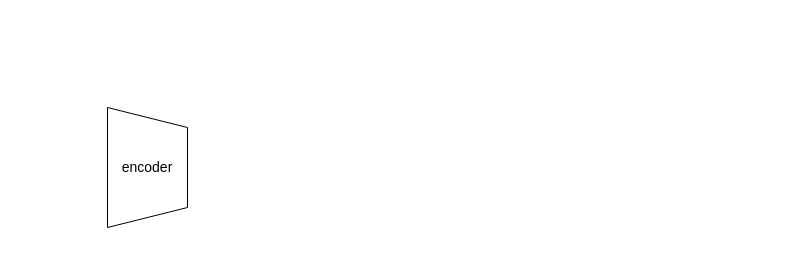
Earlier version of the draw.io diagram v1304.drawio (moreMizzh/drawio). Source tidied: cells renumbered, new cells numbered last; positions are measured from the earlier drawing's top-left corner, leaving out a move shared by most shapes. Both pictures are drawn from the tidied source at 100%, with x=0, y=0 at pixel (87, 107).
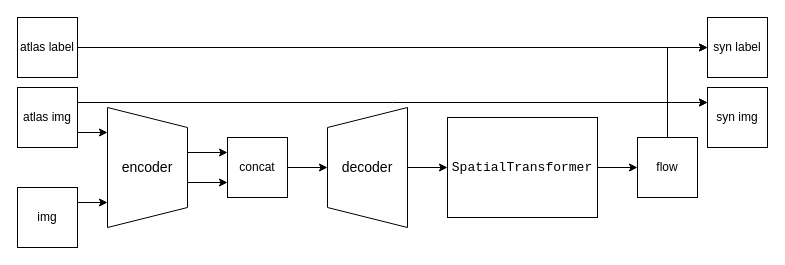
The same diagram, later.

Unchanged cells that the change refers to:
```xml
<mxCell id="2" style="group;" parent="1" vertex="1">
  <mxGeometry x="20" width="80" height="120" as="geometry" />
</mxCell>
```

What changed in the source:
```diff
@@
     <mxCell id="4" value="&lt;font style=&quot;font-size: 14px;&quot;&gt;encoder&lt;/font&gt;" style="text;html=1;whiteSpace=wrap;strokeColor=none;fillColor=none;align=center;verticalAlign=middle;rounded=0;" parent="2" vertex="1">
-      <mxGeometry y="40" width="80" height="40" as="geometry" />
+      <mxGeometry y="30" width="80" height="60" as="geometry" />
     </mxCell>
+    <mxCell id="5" style="group;" parent="1" vertex="1">
+      <mxGeometry x="240" width="80" height="120" as="geometry" />
+    </mxCell>
+    <mxCell id="6" style="shape=trapezoid;perimeter=trapezoidPerimeter;whiteSpace=wrap;html=1;fixedSize=1;rotation=-90;" parent="5" vertex="1">
+      <mxGeometry x="-20" y="20" width="120" height="80" as="geometry" />
+    </mxCell>
+    <mxCell id="7" value="&lt;font style=&quot;font-size: 14px;&quot;&gt;decoder&lt;/font&gt;" style="text;html=1;whiteSpace=wrap;strokeColor=none;fillColor=none;align=center;verticalAlign=middle;rounded=0;" parent="5" vertex="1">
+      <mxGeometry y="30" width="80" height="60" as="geometry" />
+    </mxCell>
+    <mxCell id="8" style="group;" parent="1" vertex="1">
+      <mxGeometry x="360" y="10" width="150" height="100" as="geometry" />
+    </mxCell>
+    <mxCell id="9" style="whiteSpace=wrap;html=1;" parent="8" vertex="1">
+      <mxGeometry width="150" height="100" as="geometry" />
+    </mxCell>
+    <mxCell id="10" value="&lt;div style=&quot;font-family: &amp;quot;JetBrains Mono&amp;quot;, Consolas, &amp;quot;Courier New&amp;quot;, monospace; font-size: 13px; line-height: 22px; white-space: pre;&quot;&gt;&lt;span style=&quot;background-color: rgb(255, 255, 255);&quot;&gt;&lt;font style=&quot;color: rgb(0, 0, 0);&quot;&gt;SpatialTransformer&lt;/font&gt;&lt;/span&gt;&lt;/div&gt;" style="text;html=1;whiteSpace=wrap;strokeColor=none;fillColor=none;align=center;verticalAlign=middle;rounded=0;" parent="8" vertex="1">
+      <mxGeometry y="30" width="150" height="40" as="geometry" />
+    </mxCell>
+    <mxCell id="11" style="edgeStyle=orthogonalEdgeStyle;rounded=0;jettySize=auto;html=1;exitX=0.5;exitY=0;exitDx=0;exitDy=0;entryX=0;entryY=0.25;entryDx=0;entryDy=0;" parent="1" edge="1" source="13" target="27">
+      <mxGeometry relative="1" as="geometry" />
+    </mxCell>
+    <mxCell id="12" style="edgeStyle=orthogonalEdgeStyle;rounded=0;jettySize=auto;html=1;exitX=0.5;exitY=0;exitDx=0;exitDy=0;entryX=0;entryY=0.5;entryDx=0;entryDy=0;" parent="1" edge="1" source="13" target="28">
+      <mxGeometry relative="1" as="geometry" />
+    </mxCell>
+    <mxCell id="13" value="flow" style="whiteSpace=wrap;html=1;" parent="1" vertex="1">
+      <mxGeometry x="550" y="30" width="60" height="60" as="geometry" />
+    </mxCell>
+    <mxCell id="14" style="edgeStyle=orthogonalEdgeStyle;rounded=0;jettySize=auto;html=1;exitX=1;exitY=0.25;exitDx=0;exitDy=0;" parent="1" edge="1" source="15">
+      <mxGeometry relative="1" as="geometry">
+        <mxPoint x="20" y="95" as="targetPoint" />
+      </mxGeometry>
+    </mxCell>
+    <mxCell id="15" value="img" style="whiteSpace=wrap;html=1;" parent="1" vertex="1">
+      <mxGeometry x="-70" y="80" width="60" height="60" as="geometry" />
+    </mxCell>
+    <mxCell id="16" style="edgeStyle=orthogonalEdgeStyle;rounded=0;jettySize=auto;html=1;exitX=1;exitY=0.75;exitDx=0;exitDy=0;" parent="1" edge="1" source="18">
+      <mxGeometry relative="1" as="geometry">
+        <mxPoint x="20" y="25.3" as="targetPoint" />
+      </mxGeometry>
+    </mxCell>
+    <mxCell id="17" style="edgeStyle=orthogonalEdgeStyle;rounded=0;jettySize=auto;html=1;exitX=1;exitY=0.25;exitDx=0;exitDy=0;" parent="1" edge="1" source="18">
+      <mxGeometry relative="1" as="geometry">
+        <mxPoint x="620" y="-5" as="targetPoint" />
+      </mxGeometry>
+    </mxCell>
+    <mxCell id="18" value="atlas img" style="whiteSpace=wrap;html=1;" parent="1" vertex="1">
+      <mxGeometry x="-70" y="-20" width="60" height="60" as="geometry" />
+    </mxCell>
+    <mxCell id="19" style="edgeStyle=orthogonalEdgeStyle;rounded=0;jettySize=auto;html=1;exitX=1;exitY=0.5;exitDx=0;exitDy=0;entryX=0;entryY=0.5;entryDx=0;entryDy=0;" parent="1" edge="1" source="20" target="7">
+      <mxGeometry relative="1" as="geometry" />
+    </mxCell>
+    <mxCell id="20" value="concat" style="whiteSpace=wrap;html=1;" parent="1" vertex="1">
+      <mxGeometry x="140" y="30" width="60" height="60" as="geometry" />
+    </mxCell>
+    <mxCell id="21" style="edgeStyle=orthogonalEdgeStyle;rounded=0;jettySize=auto;html=1;exitX=1;exitY=0.25;exitDx=0;exitDy=0;entryX=0;entryY=0.25;entryDx=0;entryDy=0;" parent="1" edge="1" source="4" target="20">
+      <mxGeometry relative="1" as="geometry" />
+    </mxCell>
+    <mxCell id="22" style="edgeStyle=orthogonalEdgeStyle;rounded=0;jettySize=auto;html=1;exitX=1;exitY=0.75;exitDx=0;exitDy=0;entryX=0;entryY=0.75;entryDx=0;entryDy=0;" parent="1" edge="1" source="4" target="20">
+      <mxGeometry relative="1" as="geometry" />
+    </mxCell>
+    <mxCell id="23" style="edgeStyle=orthogonalEdgeStyle;rounded=0;jettySize=auto;html=1;exitX=1;exitY=0.5;exitDx=0;exitDy=0;entryX=0;entryY=0.5;entryDx=0;entryDy=0;" parent="1" edge="1" source="7" target="10">
+      <mxGeometry relative="1" as="geometry" />
+    </mxCell>
+    <mxCell id="24" style="edgeStyle=orthogonalEdgeStyle;rounded=0;jettySize=auto;html=1;exitX=1;exitY=0.5;exitDx=0;exitDy=0;entryX=0;entryY=0.5;entryDx=0;entryDy=0;" parent="1" edge="1" source="10" target="13">
+      <mxGeometry relative="1" as="geometry" />
+    </mxCell>
+    <mxCell id="25" style="edgeStyle=orthogonalEdgeStyle;rounded=0;jettySize=auto;html=1;exitX=1;exitY=0.5;exitDx=0;exitDy=0;entryX=0;entryY=0.5;entryDx=0;entryDy=0;" parent="1" edge="1" source="26" target="28">
+      <mxGeometry relative="1" as="geometry" />
+    </mxCell>
+    <mxCell id="26" value="atlas label" style="whiteSpace=wrap;html=1;" parent="1" vertex="1">
+      <mxGeometry x="-70" y="-90" width="60" height="60" as="geometry" />
+    </mxCell>
+    <mxCell id="27" value="syn img" style="whiteSpace=wrap;html=1;" parent="1" vertex="1">
+      <mxGeometry x="620" y="-20" width="60" height="60" as="geometry" />
+    </mxCell>
+    <mxCell id="28" value="syn label" style="whiteSpace=wrap;html=1;" parent="1" vertex="1">
+      <mxGeometry x="620" y="-90" width="60" height="60" as="geometry" />
+    </mxCell>
```
